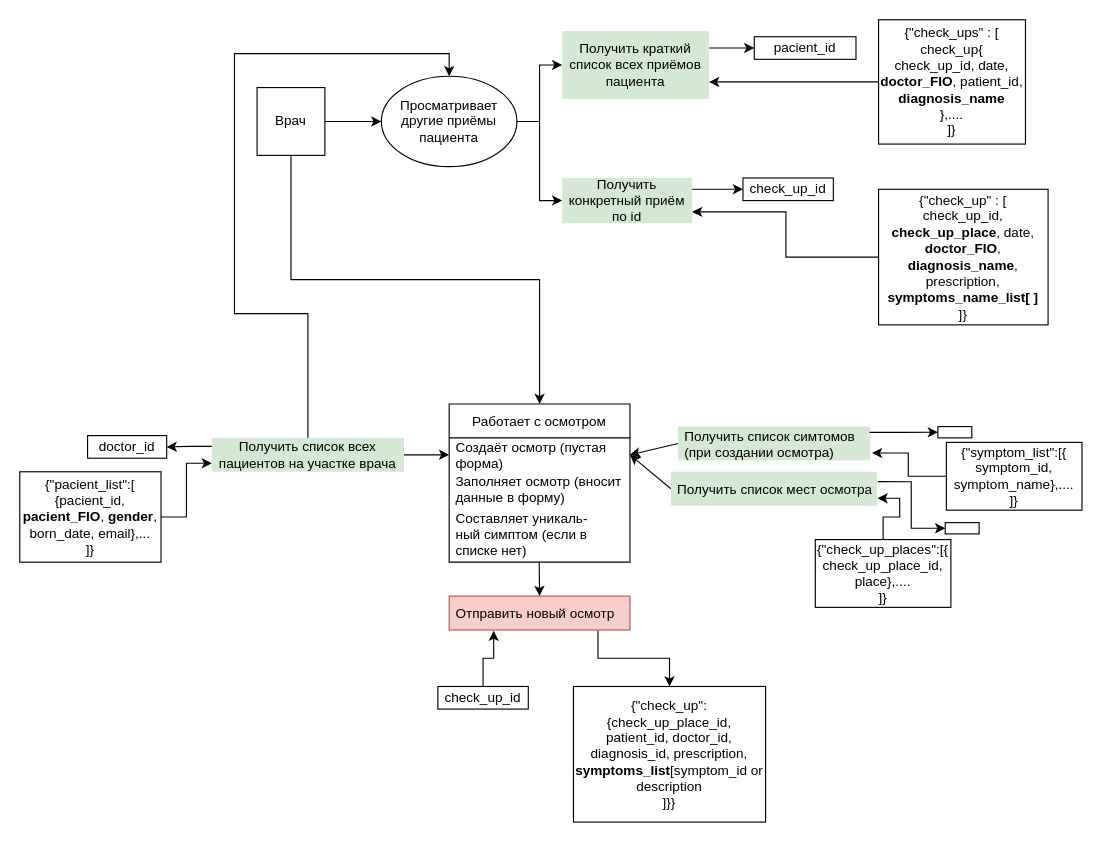
Above: page "Врач" (2 of 4) of Требования к проекту.drawio in Rubelewaskes/Hospital (draw.io), before the change. Source tidied: cells renumbered, new cells numbered last; positions are measured from the earlier drawing's top-left corner, leaving out a move shared by most shapes. Both pictures are drawn from the tidied source at 113%, with x=0, y=0 at pixel (19, 19).
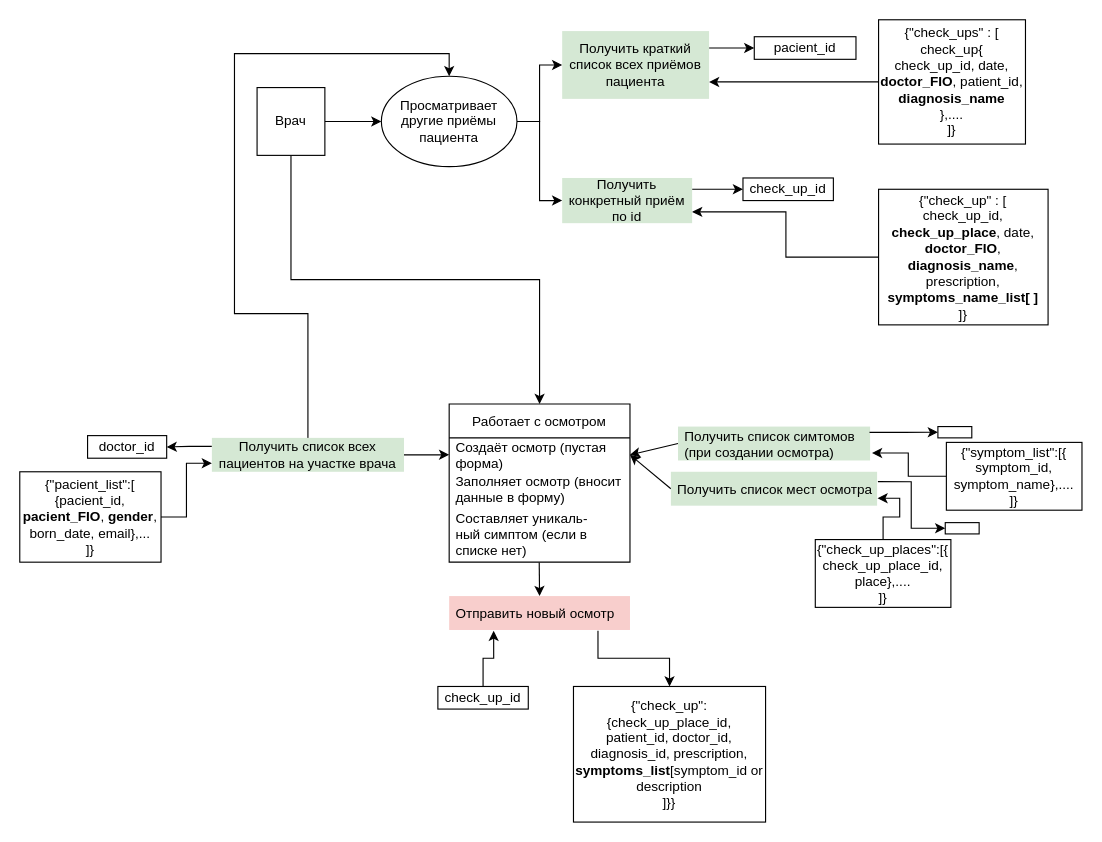
After the change.

Diff of the diagram source:
```diff
@@
-    <mxCell id="29" value="Отправить новый осмотр" style="text;strokeColor=#b85450;fillColor=#f8cecc;align=left;verticalAlign=middle;spacingLeft=4;spacingRight=4;overflow=hidden;points=[[0,0.5],[1,0.5]];portConstraint=eastwest;" parent="1" vertex="1">
+    <mxCell id="29" value="Отправить новый осмотр" style="text;strokeColor=none;fillColor=#f8cecc;align=left;verticalAlign=middle;spacingLeft=4;spacingRight=4;overflow=hidden;points=[[0,0.5],[1,0.5]];portConstraint=eastwest;" parent="1" vertex="1">
       <mxGeometry x="380" y="510" width="160" height="30" as="geometry" />
     </mxCell>
```
